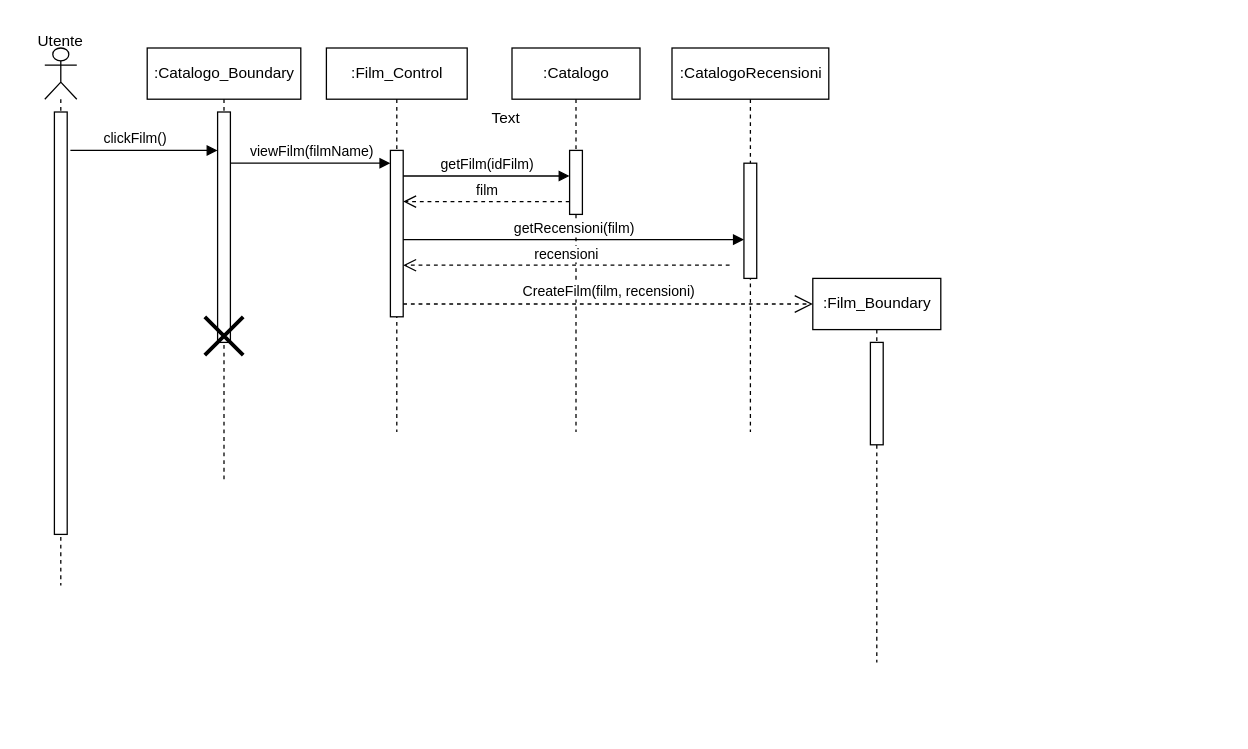
The draw.io diagram New Diagrams/Sequence Diagrams/UC04 Visualizzazione Dettagli Film.drawio in superfra01/Rated, before the edit. Source tidied: cells renumbered, new cells numbered last; positions are measured from the earlier drawing's top-left corner, leaving out a move shared by most shapes. Both pictures are drawn from the tidied source at 128%, with x=0, y=0 at pixel (22, 22).
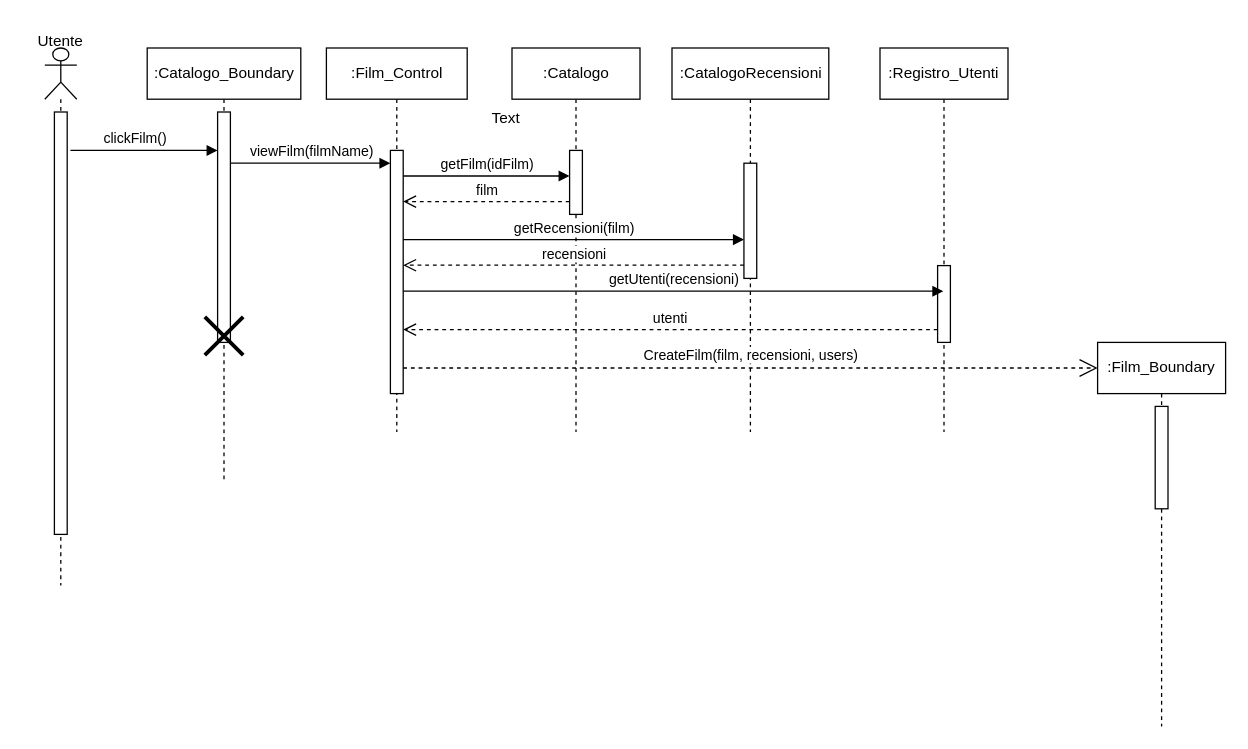
The same page after the edit.

Unchanged cells that the change refers to:
```xml
<mxCell id="5" style="html=1;points=[[0,0,0,0,5],[0,1,0,0,-5],[1,0,0,0,5],[1,1,0,0,-5]];perimeter=orthogonalPerimeter;outlineConnect=0;targetShapes=umlLifeline;portConstraint=eastwest;newEdgeStyle={&quot;curved&quot;:0,&quot;rounded&quot;:0};" parent="4" vertex="1">
  <mxGeometry x="56.2" y="90" width="10" height="90" as="geometry" />
</mxCell>
<mxCell id="6" value=":Film_Control" style="shape=umlLifeline;perimeter=lifelinePerimeter;whiteSpace=wrap;html=1;newEdgeStyle={&quot;curved&quot;:0,&quot;rounded&quot;:0};" parent="1" vertex="1">
  <mxGeometry x="237.5" y="20" width="110" height="300" as="geometry" />
</mxCell>
```

Diff of the diagram source:
```diff
@@
     <mxCell id="7" style="html=1;points=[[0,0,0,0,5],[0,1,0,0,-5],[1,0,0,0,5],[1,1,0,0,-5]];perimeter=orthogonalPerimeter;outlineConnect=0;targetShapes=umlLifeline;portConstraint=eastwest;newEdgeStyle={&quot;curved&quot;:0,&quot;rounded&quot;:0};" parent="6" vertex="1">
-      <mxGeometry x="50" y="80" width="10" height="130" as="geometry" />
+      <mxGeometry x="50" y="80" width="10" height="190" as="geometry" />
     </mxCell>
@@
-    <mxCell id="18" value="recensioni" style="html=1;verticalAlign=bottom;endArrow=open;dashed=1;endSize=8;curved=0;rounded=0;" parent="1" edge="1">
+    <mxCell id="18" value="recensioni" style="html=1;verticalAlign=bottom;endArrow=open;dashed=1;endSize=8;curved=0;rounded=0;" parent="1" edge="1" source="5">
       <mxGeometry relative="1" as="geometry">
-        <mxPoint x="552.5" y="189.7" as="sourcePoint" />
         <mxPoint x="297.5" y="189.7" as="targetPoint" />
       </mxGeometry>
     </mxCell>
     <mxCell id="19" value=":Film_Boundary" style="shape=umlLifeline;perimeter=lifelinePerimeter;whiteSpace=wrap;html=1;newEdgeStyle={&quot;curved&quot;:0,&quot;rounded&quot;:0};" parent="1" vertex="1">
-      <mxGeometry x="617.5" y="200" width="100" height="300" as="geometry" />
+      <mxGeometry x="840" y="250" width="100" height="300" as="geometry" />
     </mxCell>
@@
-    <mxCell id="21" value="CreateFilm(film, recensioni)" style="endArrow=open;endSize=12;dashed=1;html=1;rounded=0;" parent="1" edge="1" source="7">
+    <mxCell id="21" value="CreateFilm(film, recensioni, users)" style="endArrow=open;endSize=12;dashed=1;html=1;rounded=0;" parent="1" edge="1">
       <mxGeometry y="10" relative="1" as="geometry">
-        <mxPoint x="617.5" y="220" as="targetPoint" />
+        <mxPoint x="297.5" y="270" as="sourcePoint" />
+        <mxPoint x="840" y="270" as="targetPoint" />
       </mxGeometry>
     </mxCell>
@@
+    <mxCell id="24" value=":Registro_Utenti" style="shape=umlLifeline;perimeter=lifelinePerimeter;whiteSpace=wrap;html=1;newEdgeStyle={&quot;curved&quot;:0,&quot;rounded&quot;:0};" parent="1" vertex="1">
+      <mxGeometry x="670" y="20" width="100" height="300" as="geometry" />
+    </mxCell>
+    <mxCell id="25" style="html=1;perimeter=orthogonalPerimeter;targetShapes=umlLifeline;newEdgeStyle={&quot;curved&quot;:0,&quot;rounded&quot;:0};" parent="24" vertex="1">
+      <mxGeometry x="45" y="170" width="10" height="60" as="geometry" />
+    </mxCell>
+    <mxCell id="26" value="getUtenti(recensioni)" style="html=1;verticalAlign=bottom;endArrow=block;curved=0;rounded=0;" parent="1" edge="1">
+      <mxGeometry relative="1" as="geometry">
+        <mxPoint x="297.5" y="210" as="sourcePoint" />
+        <mxPoint x="719.5" y="210" as="targetPoint" />
+      </mxGeometry>
+    </mxCell>
+    <mxCell id="27" value="utenti" style="html=1;verticalAlign=bottom;endArrow=open;dashed=1;endSize=8;curved=0;rounded=0;" parent="1" edge="1">
+      <mxGeometry relative="1" as="geometry">
+        <mxPoint x="715" y="240" as="sourcePoint" />
+        <mxPoint x="297.5" y="240" as="targetPoint" />
+      </mxGeometry>
+    </mxCell>
```
